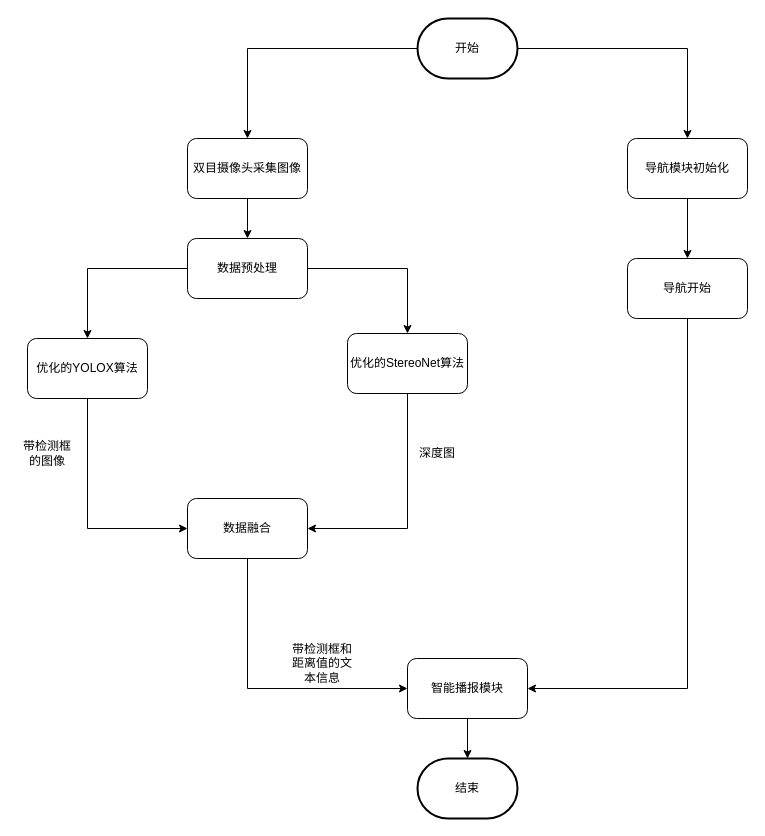
Earlier version of the draw.io diagram 智能导盲眼镜整体流程图.drawio (yuxibiwin/draw). Source tidied: cells renumbered, new cells numbered last; positions are measured from the earlier drawing's top-left corner, leaving out a move shared by most shapes. Both pictures are drawn from the tidied source at 100%, with x=0, y=0 at pixel (17, 18).
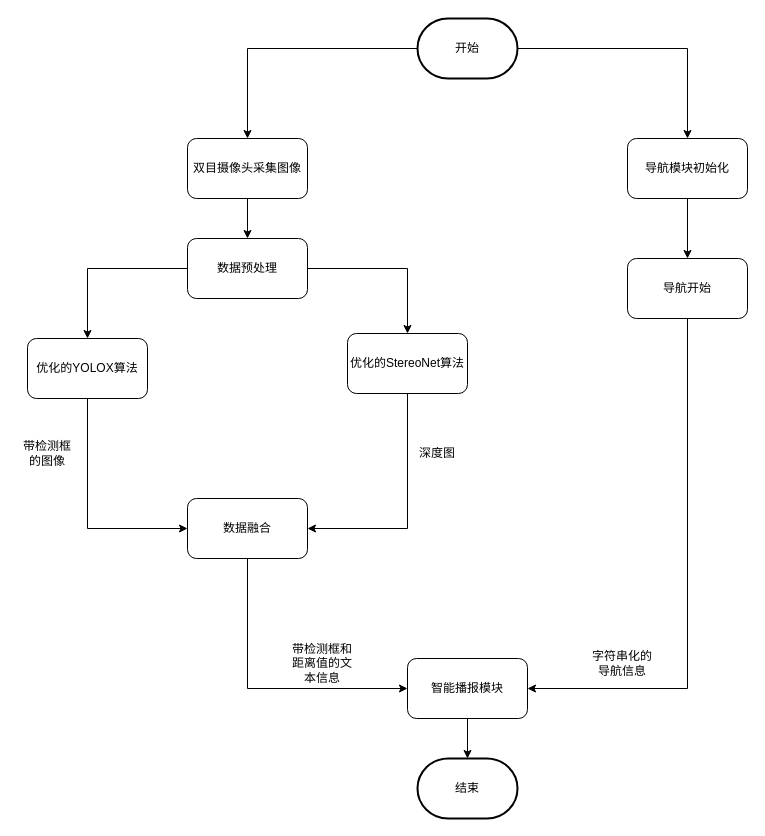
After the change.

Commit message (it also covers changes not shown here):
更新智能导盲眼镜整体流程图.drawio

Diff of the diagram source:
```diff
@@
+    <mxCell id="26" value="字符串化的导航信息" style="text;html=1;strokeColor=none;fillColor=none;align=center;verticalAlign=middle;whiteSpace=wrap;rounded=0;" parent="1" vertex="1">
+      <mxGeometry x="570" y="630" width="70" height="30" as="geometry" />
+    </mxCell>
```
